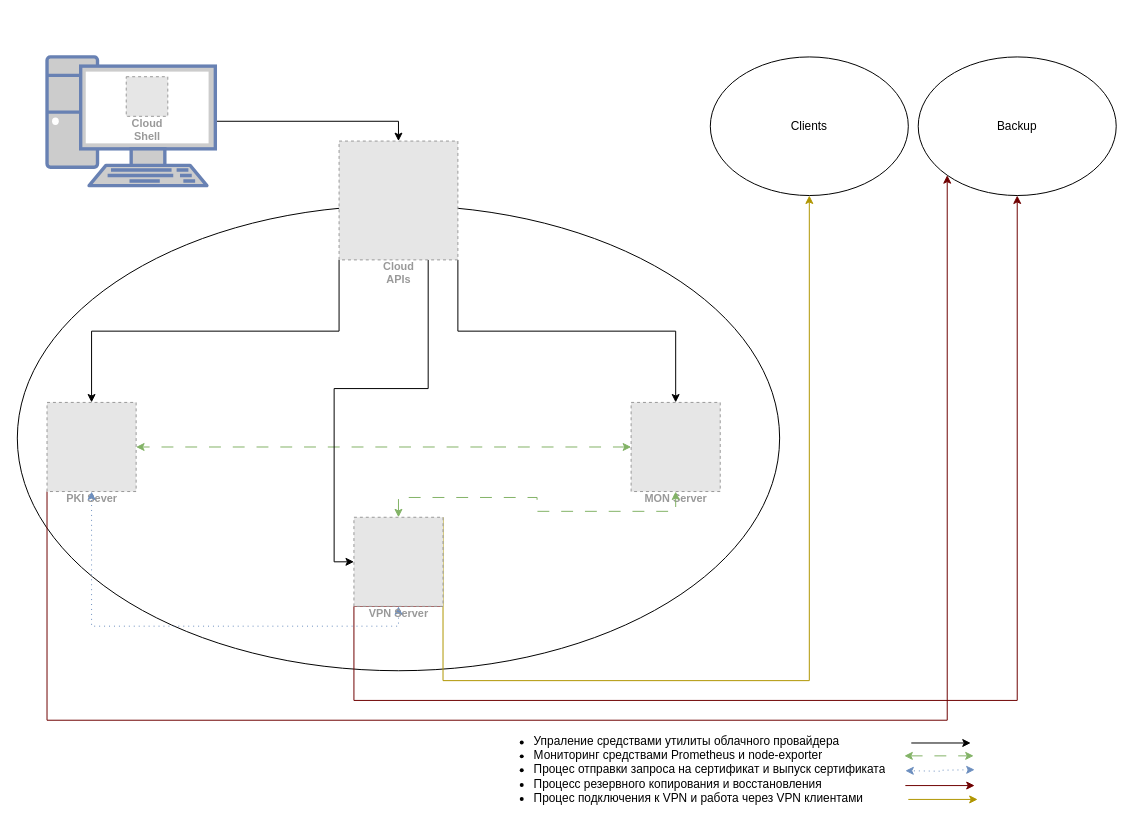
Earlier version of the draw.io diagram 2.Linux/final_work/script/diagramm.drawio (maratospanv/test). Source tidied: cells renumbered, new cells numbered last; positions are measured from the earlier drawing's top-left corner, leaving out a move shared by most shapes. Both pictures are drawn from the tidied source at 99%, with x=0, y=0 at pixel (17, 56). Pictures stored in the file or linked from it are replaced by grey dashed boxes.
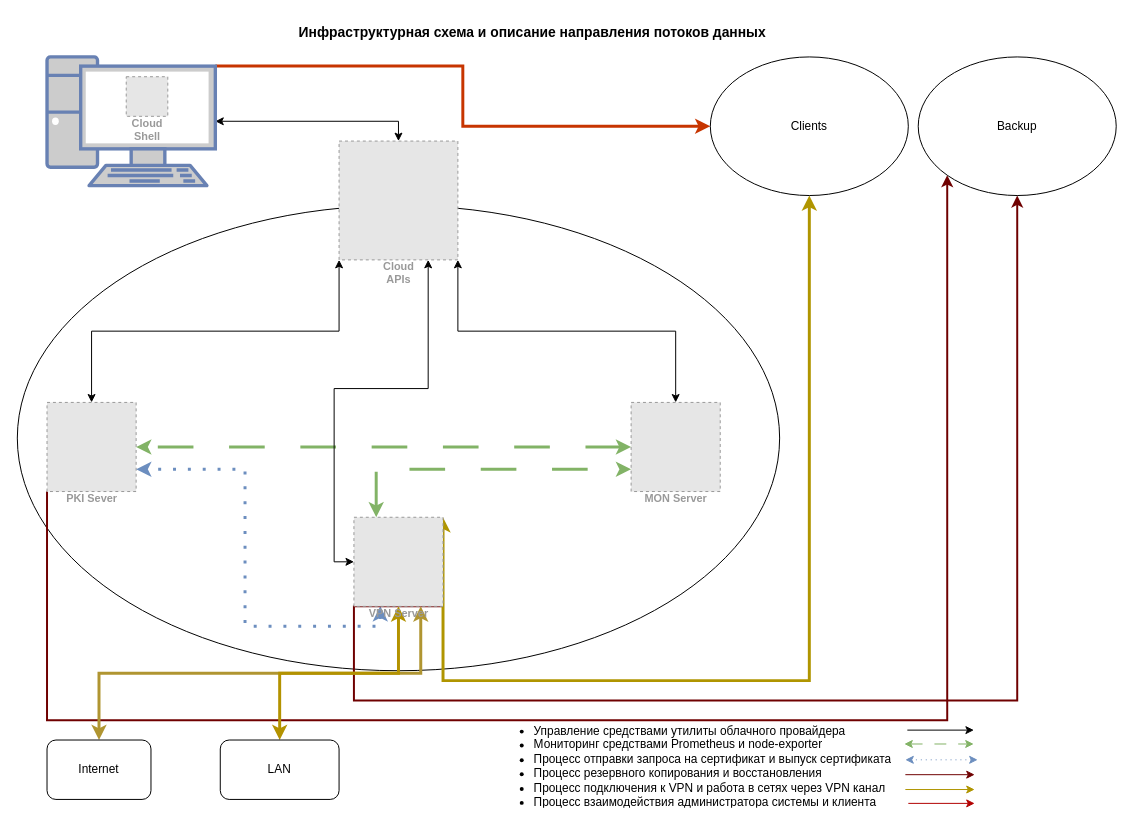
After the change.

The change refers to these unchanged cells:
```xml
<mxCell id="3" style="fontColor=#0066CC;verticalAlign=top;verticalLabelPosition=bottom;labelPosition=center;align=center;html=1;outlineConnect=0;fillColor=#CCCCCC;strokeColor=#6881B3;gradientColor=none;gradientDirection=north;strokeWidth=2;shape=mxgraph.networks.pc;" parent="1" vertex="1">
  <mxGeometry x="30" width="170" height="130" as="geometry" />
</mxCell>
<mxCell id="6" value="PKI Sever" style="fillColor=#E6E6E6;strokeColor=#999999;dashed=1;html=1;verticalAlign=top;labelPosition=center;verticalLabelPosition=bottom;align=center;spacingTop=-6;fontSize=11;fontStyle=1;fontColor=#999999;" parent="1" vertex="1">
  <mxGeometry x="30" y="349" width="90" height="90" as="geometry" />
</mxCell>
<mxCell id="9" value="MON Server" style="fillColor=#E6E6E6;strokeColor=#999999;dashed=1;html=1;verticalAlign=top;labelPosition=center;verticalLabelPosition=bottom;align=center;spacingTop=-6;fontSize=11;fontStyle=1;fontColor=#999999;" parent="1" vertex="1">
  <mxGeometry x="620" y="349" width="90" height="90" as="geometry" />
</mxCell>
<mxCell id="13" value="Cloud&#10;APIs" style="fillColor=#E6E6E6;strokeColor=#999999;dashed=1;html=1;verticalAlign=top;labelPosition=center;verticalLabelPosition=bottom;align=center;spacingTop=-6;fontSize=11;fontStyle=1;fontColor=#999999;" parent="1" vertex="1">
  <mxGeometry x="325" y="85" width="120" height="120" as="geometry" />
</mxCell>
<mxCell id="18" value="VPN Server" style="fillColor=#E6E6E6;strokeColor=#999999;dashed=1;html=1;verticalAlign=top;labelPosition=center;verticalLabelPosition=bottom;align=center;spacingTop=-6;fontSize=11;fontStyle=1;fontColor=#999999;" parent="1" vertex="1">
  <mxGeometry x="340" y="465" width="90" height="90" as="geometry" />
</mxCell>
<mxCell id="20" value="Backup" style="ellipse;whiteSpace=wrap;html=1;" parent="1" vertex="1">
  <mxGeometry x="910" width="200" height="140" as="geometry" />
</mxCell>
<mxCell id="21" value="Clients" style="ellipse;whiteSpace=wrap;html=1;" parent="1" vertex="1">
  <mxGeometry x="700" width="200" height="140" as="geometry" />
</mxCell>
```

Change to the diagram source:
```diff
@@
-    <mxCell id="2" style="edgeStyle=orthogonalEdgeStyle;rounded=0;jettySize=auto;html=1;entryX=0.5;entryY=0;entryDx=0;entryDy=0;" parent="1" edge="1" source="3" target="13">
+    <mxCell id="2" style="edgeStyle=orthogonalEdgeStyle;rounded=0;jettySize=auto;html=1;entryX=0.5;entryY=0;entryDx=0;entryDy=0;startArrow=classic;startFill=1;" parent="1" edge="1" source="3" target="13">
       <mxGeometry relative="1" as="geometry" />
     </mxCell>
+    <mxCell id="28" style="edgeStyle=orthogonalEdgeStyle;rounded=0;jettySize=auto;html=1;exitX=1;exitY=0.07;exitDx=0;exitDy=0;exitPerimeter=0;fillColor=#fa6800;strokeColor=#C73500;strokeWidth=3;" parent="1" edge="1" source="3" target="21">
+      <mxGeometry relative="1" as="geometry" />
+    </mxCell>
@@
-    <mxCell id="5" style="edgeStyle=orthogonalEdgeStyle;rounded=0;jettySize=auto;html=1;exitX=0;exitY=1;exitDx=0;exitDy=0;entryX=0;entryY=1;entryDx=0;entryDy=0;fillColor=#a20025;strokeColor=#6F0000;" parent="1" edge="1" source="6" target="20">
+    <mxCell id="5" style="edgeStyle=orthogonalEdgeStyle;rounded=0;jettySize=auto;html=1;exitX=0;exitY=1;exitDx=0;exitDy=0;entryX=0;entryY=1;entryDx=0;entryDy=0;fillColor=#a20025;strokeColor=#6F0000;strokeWidth=2;" parent="1" edge="1" source="6" target="20">
       <mxGeometry relative="1" as="geometry">
         <Array as="points">
           <mxPoint x="30" y="670" />
           <mxPoint x="939" y="670" />
         </Array>
       </mxGeometry>
     </mxCell>
@@
-    <mxCell id="8" style="edgeStyle=orthogonalEdgeStyle;rounded=0;jettySize=auto;html=1;exitX=0;exitY=0.5;exitDx=0;exitDy=0;entryX=1;entryY=0.5;entryDx=0;entryDy=0;startArrow=classic;startFill=1;fillColor=#d5e8d4;strokeColor=#82b366;dashed=1;dashPattern=12 12;" parent="1" edge="1" source="9" target="6">
+    <mxCell id="8" style="edgeStyle=orthogonalEdgeStyle;rounded=0;jettySize=auto;html=1;exitX=0;exitY=0.5;exitDx=0;exitDy=0;entryX=1;entryY=0.5;entryDx=0;entryDy=0;startArrow=classic;startFill=1;fillColor=#d5e8d4;strokeColor=#82b366;dashed=1;dashPattern=12 12;strokeWidth=3;" parent="1" edge="1" source="9" target="6">
       <mxGeometry relative="1" as="geometry" />
     </mxCell>
@@
-    <mxCell id="10" style="edgeStyle=orthogonalEdgeStyle;rounded=0;jettySize=auto;html=1;exitX=0;exitY=1;exitDx=0;exitDy=0;entryX=0.5;entryY=0;entryDx=0;entryDy=0;" parent="1" edge="1" source="13" target="6">
+    <mxCell id="10" style="edgeStyle=orthogonalEdgeStyle;rounded=0;jettySize=auto;html=1;exitX=0;exitY=1;exitDx=0;exitDy=0;entryX=0.5;entryY=0;entryDx=0;entryDy=0;strokeWidth=1;startArrow=classic;startFill=1;" parent="1" edge="1" source="13" target="6">
       <mxGeometry relative="1" as="geometry" />
     </mxCell>
-    <mxCell id="11" style="edgeStyle=orthogonalEdgeStyle;rounded=0;jettySize=auto;html=1;exitX=1;exitY=1;exitDx=0;exitDy=0;entryX=0.5;entryY=0;entryDx=0;entryDy=0;" parent="1" edge="1" source="13" target="9">
+    <mxCell id="11" style="edgeStyle=orthogonalEdgeStyle;rounded=0;jettySize=auto;html=1;exitX=1;exitY=1;exitDx=0;exitDy=0;entryX=0.5;entryY=0;entryDx=0;entryDy=0;strokeWidth=1;startArrow=classic;startFill=1;" parent="1" edge="1" source="13" target="9">
       <mxGeometry relative="1" as="geometry" />
     </mxCell>
-    <mxCell id="12" style="edgeStyle=orthogonalEdgeStyle;rounded=0;jettySize=auto;html=1;exitX=0.75;exitY=1;exitDx=0;exitDy=0;entryX=0;entryY=0.5;entryDx=0;entryDy=0;" parent="1" edge="1" source="13" target="18">
+    <mxCell id="12" style="edgeStyle=orthogonalEdgeStyle;rounded=0;jettySize=auto;html=1;exitX=0.75;exitY=1;exitDx=0;exitDy=0;entryX=0;entryY=0.5;entryDx=0;entryDy=0;strokeWidth=1;startArrow=classic;startFill=1;" parent="1" edge="1" source="13" target="18">
       <mxGeometry relative="1" as="geometry" />
     </mxCell>
@@
-    <mxCell id="14" style="edgeStyle=orthogonalEdgeStyle;rounded=0;jettySize=auto;html=1;exitX=0.5;exitY=1;exitDx=0;exitDy=0;entryX=0.5;entryY=1;entryDx=0;entryDy=0;startArrow=classic;startFill=1;fillColor=#dae8fc;strokeColor=#6c8ebf;dashed=1;dashPattern=1 4;" parent="1" edge="1" source="18" target="6">
+    <mxCell id="14" style="edgeStyle=orthogonalEdgeStyle;rounded=0;jettySize=auto;html=1;exitX=0.296;exitY=0.997;exitDx=0;exitDy=0;entryX=1;entryY=0.75;entryDx=0;entryDy=0;startArrow=classic;startFill=1;fillColor=#dae8fc;strokeColor=#6c8ebf;dashed=1;dashPattern=1 4;strokeWidth=3;exitPerimeter=0;" parent="1" edge="1" source="18" target="6">
       <mxGeometry relative="1" as="geometry" />
     </mxCell>
-    <mxCell id="15" style="edgeStyle=orthogonalEdgeStyle;rounded=0;jettySize=auto;html=1;exitX=0.5;exitY=0;exitDx=0;exitDy=0;fillColor=#d5e8d4;strokeColor=#82b366;startArrow=classic;startFill=1;dashed=1;dashPattern=12 12;" parent="1" edge="1" source="18" target="9">
+    <mxCell id="15" style="edgeStyle=orthogonalEdgeStyle;rounded=0;jettySize=auto;html=1;exitX=0.25;exitY=0;exitDx=0;exitDy=0;fillColor=#d5e8d4;strokeColor=#82b366;startArrow=classic;startFill=1;dashed=1;dashPattern=12 12;strokeWidth=3;entryX=0;entryY=0.75;entryDx=0;entryDy=0;" parent="1" edge="1" source="18" target="9">
       <mxGeometry relative="1" as="geometry" />
     </mxCell>
-    <mxCell id="16" style="edgeStyle=orthogonalEdgeStyle;rounded=0;jettySize=auto;html=1;exitX=1;exitY=1;exitDx=0;exitDy=0;entryX=0.5;entryY=1;entryDx=0;entryDy=0;fillColor=#a20025;strokeColor=#6F0000;" parent="1" edge="1" source="18" target="20">
+    <mxCell id="16" style="edgeStyle=orthogonalEdgeStyle;rounded=0;jettySize=auto;html=1;exitX=1;exitY=1;exitDx=0;exitDy=0;entryX=0.5;entryY=1;entryDx=0;entryDy=0;fillColor=#a20025;strokeColor=#6F0000;strokeWidth=2;" parent="1" edge="1" source="18" target="20">
       <mxGeometry relative="1" as="geometry">
         <Array as="points">
           <mxPoint x="340" y="650" />
           <mxPoint x="1010" y="650" />
         </Array>
       </mxGeometry>
     </mxCell>
-    <mxCell id="17" style="edgeStyle=orthogonalEdgeStyle;rounded=0;jettySize=auto;html=1;exitX=1;exitY=0;exitDx=0;exitDy=0;entryX=0.5;entryY=1;entryDx=0;entryDy=0;fillColor=#e3c800;strokeColor=#B09500;" parent="1" edge="1" source="18" target="21">
+    <mxCell id="17" style="edgeStyle=orthogonalEdgeStyle;rounded=0;jettySize=auto;html=1;exitX=1;exitY=0;exitDx=0;exitDy=0;entryX=0.5;entryY=1;entryDx=0;entryDy=0;fillColor=#e3c800;strokeColor=#B09500;strokeWidth=3;startArrow=classic;startFill=1;" parent="1" edge="1" source="18" target="21">
       <mxGeometry relative="1" as="geometry">
         <Array as="points">
           <mxPoint x="430" y="630" />
           <mxPoint x="800" y="630" />
         </Array>
       </mxGeometry>
     </mxCell>
+    <mxCell id="29" style="edgeStyle=orthogonalEdgeStyle;rounded=0;jettySize=auto;html=1;exitX=0.75;exitY=1;exitDx=0;exitDy=0;entryX=0.5;entryY=0;entryDx=0;entryDy=0;fillColor=#6d8764;strokeColor=#b09531;strokeWidth=3;startArrow=classic;startFill=1;" parent="1" edge="1" source="18" target="31">
+      <mxGeometry relative="1" as="geometry" />
+    </mxCell>
+    <mxCell id="30" style="edgeStyle=orthogonalEdgeStyle;rounded=0;jettySize=auto;html=1;exitX=0.5;exitY=1;exitDx=0;exitDy=0;entryX=0.5;entryY=0;entryDx=0;entryDy=0;strokeColor=#b39200;strokeWidth=3;startArrow=classic;startFill=1;" parent="1" edge="1" source="18" target="32">
+      <mxGeometry relative="1" as="geometry" />
+    </mxCell>
@@
-    <mxCell id="22" value="&lt;ul&gt;&lt;li&gt;Упраление средствами утилиты облачного провайдера&lt;/li&gt;&lt;li&gt;Мониторинг средствами Prometheus и node-exporter&lt;/li&gt;&lt;li&gt;Процес отправки запроса на сертификат и выпуск сертификата&lt;/li&gt;&lt;li&gt;Процесс резервного копирования и восстановления&lt;/li&gt;&lt;li&gt;Процес подключения к VPN и работа через VPN клиентами&lt;/li&gt;&lt;/ul&gt;" style="text;strokeColor=none;fillColor=none;html=1;whiteSpace=wrap;verticalAlign=middle;overflow=hidden;" parent="1" vertex="1">
-      <mxGeometry x="480" y="670" width="600" height="90" as="geometry" />
+    <mxCell id="22" value="&lt;ul&gt;&lt;li&gt;Управление средствами утилиты облачного провайдера&lt;/li&gt;&lt;li&gt;Мониторинг средствами Prometheus и node-exporter&lt;/li&gt;&lt;li&gt;Процесс отправки запроса на сертификат и выпуск сертификата&lt;/li&gt;&lt;li&gt;Процесс резервного копирования и восстановления&lt;/li&gt;&lt;li&gt;Процесс подключения к VPN и работа в сетях через VPN канал&lt;/li&gt;&lt;li&gt;Процесс взаимодействия администратора системы и клиента&lt;/li&gt;&lt;/ul&gt;" style="text;strokeColor=none;fillColor=none;html=1;whiteSpace=wrap;verticalAlign=middle;overflow=hidden;" parent="1" vertex="1">
+      <mxGeometry x="480" y="659" width="600" height="101" as="geometry" />
     </mxCell>
-    <mxCell id="23" style="endArrow=classic;html=1;rounded=0;" parent="1" edge="1">
+    <mxCell id="23" style="endArrow=classic;html=1;rounded=0;entryX=0.817;entryY=0.256;entryDx=0;entryDy=0;entryPerimeter=0;" parent="1" edge="1">
       <mxGeometry relative="1" as="geometry">
-        <mxPoint x="903" y="693" as="sourcePoint" />
-        <mxPoint x="963" y="693" as="targetPoint" />
+        <mxPoint x="899" y="680" as="sourcePoint" />
+        <mxPoint x="966.2" y="680" as="targetPoint" />
       </mxGeometry>
     </mxCell>
     <mxCell id="24" style="edgeStyle=orthogonalEdgeStyle;rounded=0;orthogonalLoop=1;jettySize=auto;html=1;fillColor=#d5e8d4;strokeColor=#82b366;startArrow=classic;startFill=1;dashed=1;dashPattern=12 12;" parent="1" edge="1">
       <mxGeometry relative="1" as="geometry">
-        <mxPoint x="896" y="706" as="sourcePoint" />
-        <mxPoint x="966" y="706" as="targetPoint" />
+        <mxPoint x="896" y="694" as="sourcePoint" />
+        <mxPoint x="966" y="694" as="targetPoint" />
       </mxGeometry>
     </mxCell>
-    <mxCell id="25" style="edgeStyle=orthogonalEdgeStyle;rounded=0;orthogonalLoop=1;jettySize=auto;html=1;exitX=0.5;exitY=1;exitDx=0;exitDy=0;startArrow=classic;startFill=1;fillColor=#dae8fc;strokeColor=#6c8ebf;dashed=1;dashPattern=1 4;" parent="1" edge="1">
+    <mxCell id="25" style="edgeStyle=orthogonalEdgeStyle;rounded=0;orthogonalLoop=1;jettySize=auto;html=1;startArrow=classic;startFill=1;fillColor=#dae8fc;strokeColor=#6c8ebf;dashed=1;dashPattern=1 4;" parent="1" edge="1">
       <mxGeometry relative="1" as="geometry">
-        <mxPoint x="967" y="720" as="sourcePoint" />
-        <mxPoint x="897" y="721" as="targetPoint" />
+        <mxPoint x="970" y="710" as="sourcePoint" />
+        <mxPoint x="897" y="710" as="targetPoint" />
       </mxGeometry>
     </mxCell>
     <mxCell id="26" style="edgeStyle=orthogonalEdgeStyle;rounded=0;orthogonalLoop=1;jettySize=auto;html=1;fillColor=#a20025;strokeColor=#6F0000;" parent="1" edge="1">
       <mxGeometry relative="1" as="geometry">
-        <mxPoint x="897" y="736" as="sourcePoint" />
-        <mxPoint x="967" y="736" as="targetPoint" />
+        <mxPoint x="897" y="725" as="sourcePoint" />
+        <mxPoint x="967" y="725" as="targetPoint" />
         <Array as="points">
-          <mxPoint x="897" y="736" />
-          <mxPoint x="1806" y="736" />
+          <mxPoint x="897" y="725" />
+          <mxPoint x="1806" y="725" />
         </Array>
       </mxGeometry>
     </mxCell>
     <mxCell id="27" style="edgeStyle=orthogonalEdgeStyle;rounded=0;orthogonalLoop=1;jettySize=auto;html=1;fillColor=#e3c800;strokeColor=#B09500;" parent="1" edge="1">
       <mxGeometry relative="1" as="geometry">
-        <mxPoint x="900" y="750" as="sourcePoint" />
-        <mxPoint x="970" y="750" as="targetPoint" />
+        <mxPoint x="897" y="740" as="sourcePoint" />
+        <mxPoint x="967" y="740" as="targetPoint" />
         <Array as="points">
-          <mxPoint x="900" y="750" />
-          <mxPoint x="1270" y="750" />
+          <mxPoint x="897" y="740" />
+          <mxPoint x="1267" y="740" />
         </Array>
       </mxGeometry>
     </mxCell>
+    <mxCell id="31" value="Internet" style="rounded=1;whiteSpace=wrap;html=1;" parent="1" vertex="1">
+      <mxGeometry x="30" y="690" width="105" height="60" as="geometry" />
+    </mxCell>
+    <mxCell id="32" value="LAN" style="rounded=1;whiteSpace=wrap;html=1;" parent="1" vertex="1">
+      <mxGeometry x="205" y="690" width="120" height="60" as="geometry" />
+    </mxCell>
+    <mxCell id="33" value="Инфраструктурная схема и описание направления потоков данных" style="text;html=1;align=center;verticalAlign=middle;strokeColor=none;fillColor=none;glass=0;fontStyle=1;fontSize=14;" parent="1" vertex="1">
+      <mxGeometry x="270" y="-40" width="500" height="30" as="geometry" />
+    </mxCell>
+    <mxCell id="34" style="edgeStyle=orthogonalEdgeStyle;rounded=0;orthogonalLoop=1;jettySize=auto;html=1;fillColor=#e51400;strokeColor=#B20000;strokeWidth=1;" parent="1" edge="1">
+      <mxGeometry relative="1" as="geometry">
+        <mxPoint x="900" y="754" as="sourcePoint" />
+        <mxPoint x="967" y="754" as="targetPoint" />
+        <Array as="points">
+          <mxPoint x="967" y="754" />
+        </Array>
+      </mxGeometry>
+    </mxCell>
```
